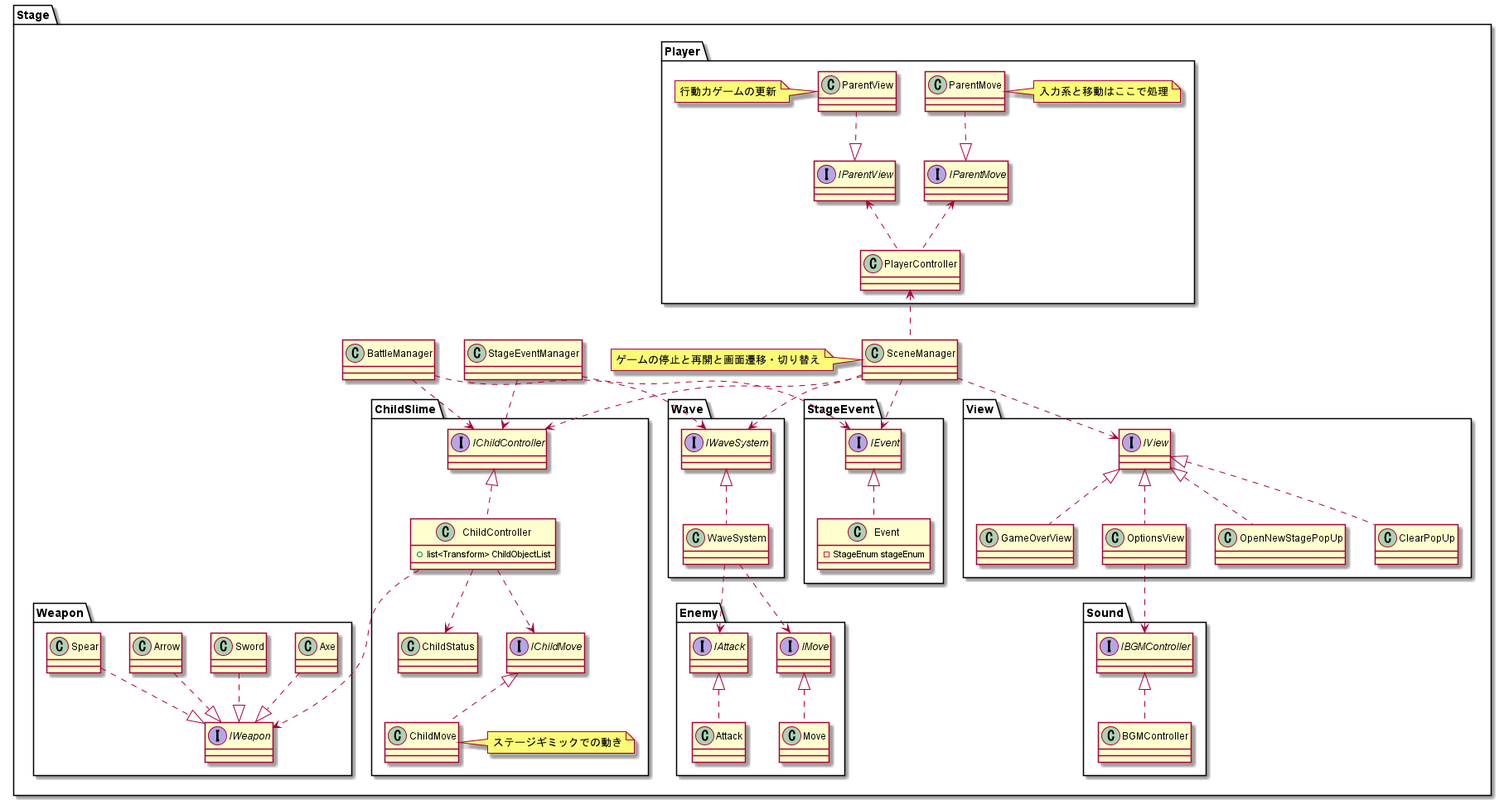
Before: Assets/_SlimeCatch/Docs/Stage.png, a diagram exported from PlantUML (RiseManagement/SlimeCatch).
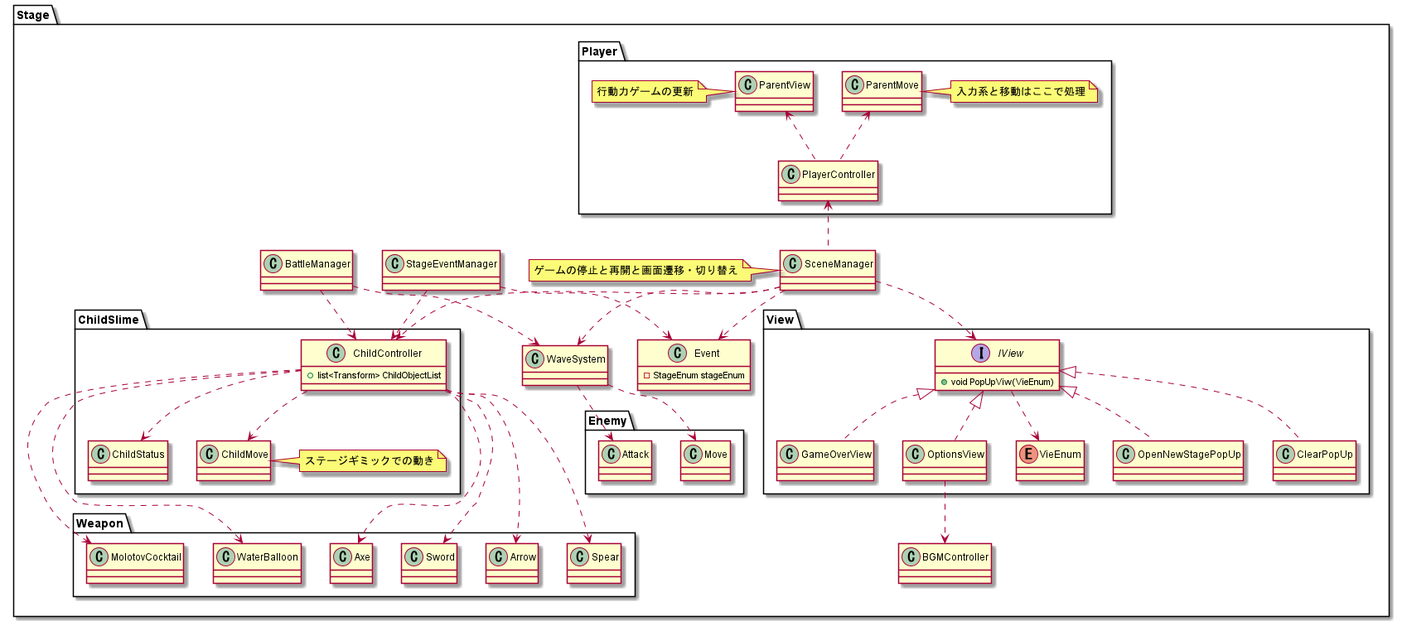
After the commit.

Commit message:
docs: 各種ステージ選択画面のクラス図の更新

The edit, as a diff of the source:
```diff
@@ -3,12 +3,8 @@
 namespace Stage{
     namespace Enemy{
         class Move
-        interface IMove
         class Attack
-        interface IAttack
 
-        IMove <|.. Move
-        IAttack <|.. Attack
 
     }
 
@@ -16,32 +12,18 @@
         class PlayerController
         class ParentMove
         note right : 入力系と移動はここで処理
-        interface IParentMove
         class ParentView
-
         note left : 行動力ゲームの更新
 
-        interface IParentView
 
-        IParentView <|.up. ParentView
-        IParentMove <|.up. ParentMove
-
-        PlayerController .up.> IParentView
-        PlayerController .up.> IParentMove
+        PlayerController .up.> ParentView
+        PlayerController .up.> ParentMove
 
     }
 
-    namespace StageEvent{
-        class Event{
-            - StageEnum stageEnum
-        }
-
-        interface IEvent
-
-        IEvent <|.. Event
-
+    class Event{
+        - StageEnum stageEnum
     }
-
 
     namespace ChildSlime{
         class ChildStatus
@@ -50,87 +32,74 @@
 
         note right : ステージギミックでの動き
 
-        interface IChildMove
         class ChildController{
             + list<Transform> ChildObjectList
         }
-        interface IChildController
 
-        IChildMove <|.. ChildMove
-        ChildController ..> IChildMove
+        ChildController ..> ChildMove
         ChildController ..> ChildStatus
-        IChildController <|.. ChildController
     }
 
+    class WaveSystem
 
-    namespace Wave{
-        class WaveSystem
-        interface IWaveSystem
-
-        WaveSystem ..> Stage.Enemy.IMove
-        WaveSystem ..> Stage.Enemy.IAttack
-        IWaveSystem <|.. WaveSystem
-    }
+    Stage.WaveSystem ..> Stage.Enemy.Move
+    Stage.WaveSystem ..> Stage.Enemy.Attack
 
     namespace View{
         class OpenNewStagePopUp
         class ClearPopUp
         class GameOverView
         class OptionsView
-        interface IView
+        interface IView{
+            + void PopUpViw(VieEnum)
+        }
 
+        enum VieEnum
 
+        IView ..> VieEnum
         IView <|.. OptionsView
         IView <|.. GameOverView
         IView <|.. ClearPopUp
         IView <|.. OpenNewStagePopUp
 
     }
-
-    namespace Sound{
-        interface IBGMController
-        class BGMController
-        IBGMController <|.. BGMController
-    }
-
+    class BGMController
 
     namespace Weapon{
-        interface IWeapon{
-
-        }
         class Axe
         class Sword
         class Arrow
         class Spear
-
-        Spear ..|> IWeapon
-        Axe ..|> IWeapon
-        Sword ..|> IWeapon
-        Arrow ..|> IWeapon
-
+        class MolotovCocktail
+        class WaterBalloon
     }
 
-    Stage.View.OptionsView ..> Stage.Sound.IBGMController
-    Stage.ChildSlime.ChildController ...> Stage.Weapon.IWeapon
+    Stage.View.OptionsView ..> Stage.BGMController
+    Stage.ChildSlime.ChildController ...> Stage.Weapon.Axe
+    Stage.ChildSlime.ChildController ...> Stage.Weapon.Sword
+    Stage.ChildSlime.ChildController ...> Stage.Weapon.Arrow
+    Stage.ChildSlime.ChildController ...> Stage.Weapon.Spear
+    Stage.ChildSlime.ChildController ...> Stage.Weapon.WaterBalloon
+    Stage.ChildSlime.ChildController ...> Stage.Weapon.MolotovCocktail
 
 
     class SceneManager
 
     note left : ゲームの停止と再開と画面遷移・切り替え
 
-    SceneManager ..> Stage.Wave.IWaveSystem
+    SceneManager ..> Stage.WaveSystem
     SceneManager ..> Stage.View.IView
     SceneManager .up.> Stage.Player.PlayerController
-    SceneManager ..> Stage.ChildSlime.IChildController
-    SceneManager ..> Stage.StageEvent.IEvent
+    SceneManager ..> Stage.ChildSlime.ChildController
+    SceneManager ..> Stage.Event
 
 
     class StageEventManager
-    StageEventManager ..> Stage.StageEvent.IEvent
-    StageEventManager ..> Stage.ChildSlime.IChildController
+    StageEventManager ..> Stage.Event
+    StageEventManager ..> Stage.ChildSlime.ChildController
 
     class BattleManager
-    BattleManager ..> Stage.ChildSlime.IChildController
-    BattleManager ..> Stage.Wave.IWaveSystem
+    BattleManager ..> Stage.ChildSlime.ChildController
+    BattleManager ..> Stage.WaveSystem
 }
 @enduml
```
